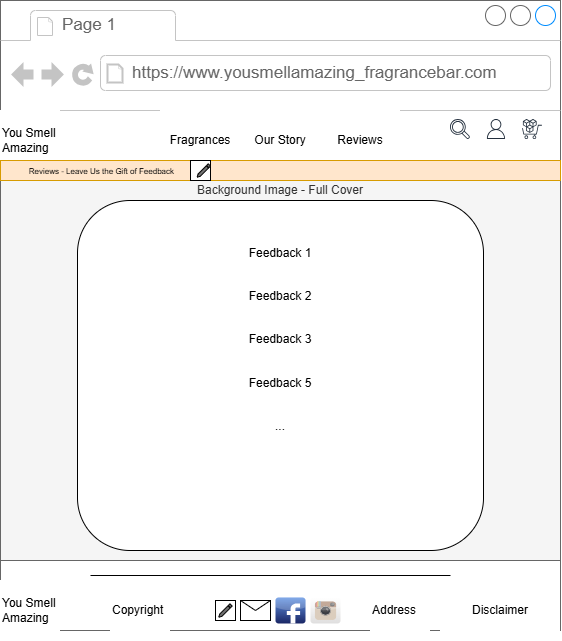
This is wireframes/FragranceBusiness_Reviews.drawio.png from twittsack/Handcrafted_Fragrances, a draw.io export, as it was before one commit. Source tidied: cells renumbered, new cells last; positions are measured from the earlier drawing's top-left corner, leaving out a move shared by most shapes.
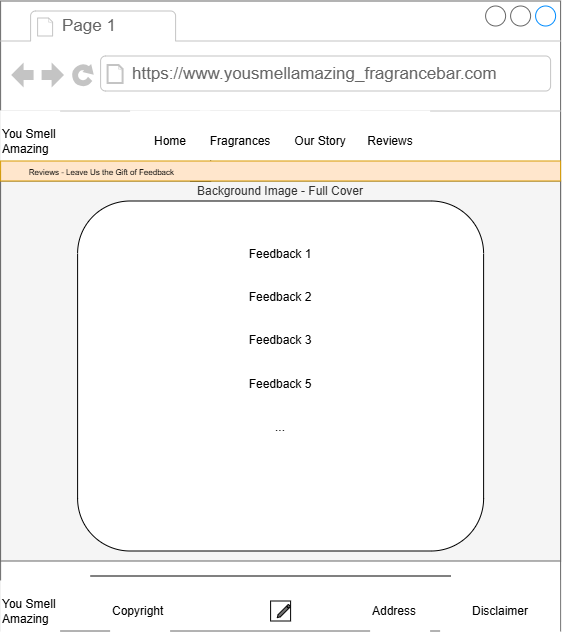
Above is the later version.

Change to the diagram source:
```diff
@@ -15,26 +15,14 @@
       <mxGeometry y="110" width="60" height="60" as="geometry" />
     </mxCell>
     <mxCell id="6" style="group;strokeColor=none;" parent="2" vertex="1">
-      <mxGeometry x="160" y="110" width="240" height="60" as="geometry" />
+      <mxGeometry x="190" y="110" width="270" height="60" as="geometry" />
     </mxCell>
     <mxCell id="7" value="Fragrances" style="rounded=0;whiteSpace=wrap;html=1;strokeColor=none;" parent="6" vertex="1">
-      <mxGeometry width="80" height="60" as="geometry" />
+      <mxGeometry x="10" width="80" height="60" as="geometry" />
     </mxCell>
-    <mxCell id="8" value="Our Story" style="rounded=0;whiteSpace=wrap;html=1;strokeColor=none;" parent="6" vertex="1">
-      <mxGeometry x="80" width="80" height="60" as="geometry" />
-    </mxCell>
-    <mxCell id="9" style="group;" parent="2" vertex="1">
-      <mxGeometry x="450" y="119" width="92" height="20" as="geometry" />
-    </mxCell>
-    <mxCell id="10" style="sketch=0;fontColor=#232F3E;gradientColor=none;fillColor=#232F3D;strokeColor=none;dashed=0;verticalLabelPosition=bottom;verticalAlign=top;align=center;html=1;fontSize=12;fontStyle=0;shape=mxgraph.aws4.user;" parent="9" vertex="1">
-      <mxGeometry x="36" width="20" height="20" as="geometry" />
-    </mxCell>
-    <mxCell id="11" style="sketch=0;fontColor=#232F3E;gradientColor=none;fillColor=#232F3D;strokeColor=none;dashed=0;verticalLabelPosition=bottom;verticalAlign=top;align=center;html=1;fontSize=12;fontStyle=0;shape=mxgraph.aws4.magnifying_glass_2;" parent="9" vertex="1">
-      <mxGeometry width="20" height="20" as="geometry" />
-    </mxCell>
-    <mxCell id="12" style="sketch=0;fontColor=#232F3E;gradientColor=none;fillColor=#232F3D;strokeColor=none;dashed=0;verticalLabelPosition=bottom;verticalAlign=top;align=center;html=1;fontSize=12;fontStyle=0;shape=mxgraph.aws4.marketplace;" parent="9" vertex="1">
-      <mxGeometry x="72" width="20" height="20" as="geometry" />
-    </mxCell>
+    <mxCell id="19" value="Reviews" style="rounded=0;whiteSpace=wrap;html=1;strokeColor=none;" parent="6" vertex="1">
+      <mxGeometry x="160" width="80" height="60" as="geometry" />
+    </mxCell>
     <mxCell id="13" value="You Smell&lt;div&gt;Amazing&lt;/div&gt;" style="rounded=0;whiteSpace=wrap;html=1;align=left;strokeColor=none;" parent="2" vertex="1">
       <mxGeometry y="580" width="60" height="60" as="geometry" />
     </mxCell>
@@ -53,33 +41,18 @@
     <mxCell id="18" value="&lt;font style=&quot;font-size: 10px;&quot;&gt;Learn More&lt;/font&gt;" style="strokeWidth=1;shadow=0;dashed=0;align=center;html=1;shape=mxgraph.mockup.buttons.button;strokeColor=#6D1F00;mainText=;buttonStyle=round;fontSize=17;fontStyle=1;fillColor=#a0522d;whiteSpace=wrap;fontColor=#ffffff;" parent="2" vertex="1">
       <mxGeometry x="350" y="520" width="60" height="20" as="geometry" />
     </mxCell>
-    <mxCell id="19" value="Reviews" style="rounded=0;whiteSpace=wrap;html=1;strokeColor=none;" parent="2" vertex="1">
-      <mxGeometry x="320" y="110" width="80" height="60" as="geometry" />
-    </mxCell>
     <mxCell id="20" style="line;strokeWidth=1;html=1;" parent="2" vertex="1">
       <mxGeometry x="90" y="570" width="360" height="10" as="geometry" />
     </mxCell>
     <mxCell id="21" style="group;" parent="2" vertex="1">
       <mxGeometry x="220" y="597" width="120" height="26" as="geometry" />
     </mxCell>
-    <mxCell id="22" style="dashed=0;html=1;align=center;labelPosition=center;verticalLabelPosition=bottom;verticalAlign=top;shape=mxgraph.webicons.instagram;gradientColor=#DFDEDE;" parent="21" vertex="1">
-      <mxGeometry x="90" width="30" height="26" as="geometry" />
-    </mxCell>
-    <mxCell id="23" style="dashed=0;html=1;align=center;labelPosition=center;verticalLabelPosition=bottom;verticalAlign=top;shape=mxgraph.webicons.facebook;fillColor=#6294E4;gradientColor=#1A2665;" parent="21" vertex="1">
-      <mxGeometry x="55" width="30" height="26" as="geometry" />
-    </mxCell>
-    <mxCell id="24" style="shape=message;html=1;html=1;labelPosition=center;verticalLabelPosition=bottom;align=center;verticalAlign=top;" parent="21" vertex="1">
-      <mxGeometry x="20" y="3" width="30" height="20" as="geometry" />
-    </mxCell>
     <mxCell id="25" style="whiteSpace=wrap;html=1;" parent="21" vertex="1">
-      <mxGeometry x="-5" y="3" width="20" height="20" as="geometry" />
+      <mxGeometry x="50" y="3" width="20" height="20" as="geometry" />
     </mxCell>
     <mxCell id="26" style="whiteSpace=wrap;html=1;dashed=0;verticalLabelPosition=bottom;verticalAlign=top;shape=mxgraph.gmdl.edit;strokeColor=default;fillColor=#737373;shadow=0;sketch=0;" parent="21" vertex="1">
-      <mxGeometry x="-1.7" y="6.3" width="13.3" height="13.3" as="geometry" />
+      <mxGeometry x="56.7" y="6.3" width="13.3" height="13.3" as="geometry" />
     </mxCell>
-    <mxCell id="27" value="&lt;font style=&quot;&quot;&gt;&lt;span style=&quot;white-space: pre;&quot;&gt;&lt;font style=&quot;font-size: 8px;&quot;&gt;&lt;span style=&quot;white-space: pre;&quot;&gt;&#9;&lt;/span&gt;Reviews - Leave Us the Gift of Feedback &lt;/font&gt;&lt;/span&gt;&lt;/font&gt;" style="rounded=0;whiteSpace=wrap;html=1;fillColor=#ffe6cc;strokeColor=#d79b00;align=left;" parent="2" vertex="1">
-      <mxGeometry y="160" width="560" height="20" as="geometry" />
-    </mxCell>
     <mxCell id="28" style="whiteSpace=wrap;html=1;" parent="2" vertex="1">
       <mxGeometry x="190" y="160" width="20" height="20" as="geometry" />
     </mxCell>
@@ -89,5 +62,14 @@
     <mxCell id="30" value="Feedback 1&lt;div&gt;&lt;br&gt;&lt;/div&gt;&lt;div&gt;&lt;br&gt;&lt;/div&gt;&lt;div&gt;Feedback 2&lt;/div&gt;&lt;div&gt;&lt;br&gt;&lt;/div&gt;&lt;div&gt;&lt;br&gt;&lt;/div&gt;&lt;div&gt;Feedback 3&lt;/div&gt;&lt;div&gt;&lt;br&gt;&lt;/div&gt;&lt;div&gt;&lt;br&gt;&lt;/div&gt;&lt;div&gt;Feedback 5&lt;/div&gt;&lt;div&gt;&lt;br&gt;&lt;/div&gt;&lt;div&gt;&lt;br&gt;&lt;/div&gt;&lt;div&gt;...&lt;/div&gt;&lt;div&gt;&lt;br&gt;&lt;/div&gt;&lt;div&gt;&lt;br&gt;&lt;/div&gt;&lt;div&gt;&lt;br&gt;&lt;/div&gt;&lt;div&gt;&lt;br&gt;&lt;/div&gt;&lt;div&gt;&lt;br&gt;&lt;/div&gt;" style="rounded=1;whiteSpace=wrap;html=1;" parent="2" vertex="1">
       <mxGeometry x="77" y="200" width="406" height="350" as="geometry" />
     </mxCell>
+    <mxCell id="31" value="Home" style="rounded=0;whiteSpace=wrap;html=1;strokeColor=none;" parent="2" vertex="1">
+      <mxGeometry x="130" y="110" width="80" height="60" as="geometry" />
+    </mxCell>
+    <mxCell id="8" value="Our Story" style="rounded=0;whiteSpace=wrap;html=1;strokeColor=none;" parent="2" vertex="1">
+      <mxGeometry x="280" y="110" width="80" height="60" as="geometry" />
+    </mxCell>
+    <mxCell id="27" value="&lt;font style=&quot;&quot;&gt;&lt;span style=&quot;white-space: pre;&quot;&gt;&lt;font style=&quot;font-size: 8px;&quot;&gt;&lt;span style=&quot;white-space: pre;&quot;&gt;&#9;&lt;/span&gt;Reviews - Leave Us the Gift of Feedback &lt;/font&gt;&lt;/span&gt;&lt;/font&gt;" style="rounded=0;whiteSpace=wrap;html=1;fillColor=#ffe6cc;strokeColor=#d79b00;align=left;" parent="2" vertex="1">
+      <mxGeometry y="160" width="560" height="20" as="geometry" />
+    </mxCell>
   </root>
 </mxGraphModel>
```
